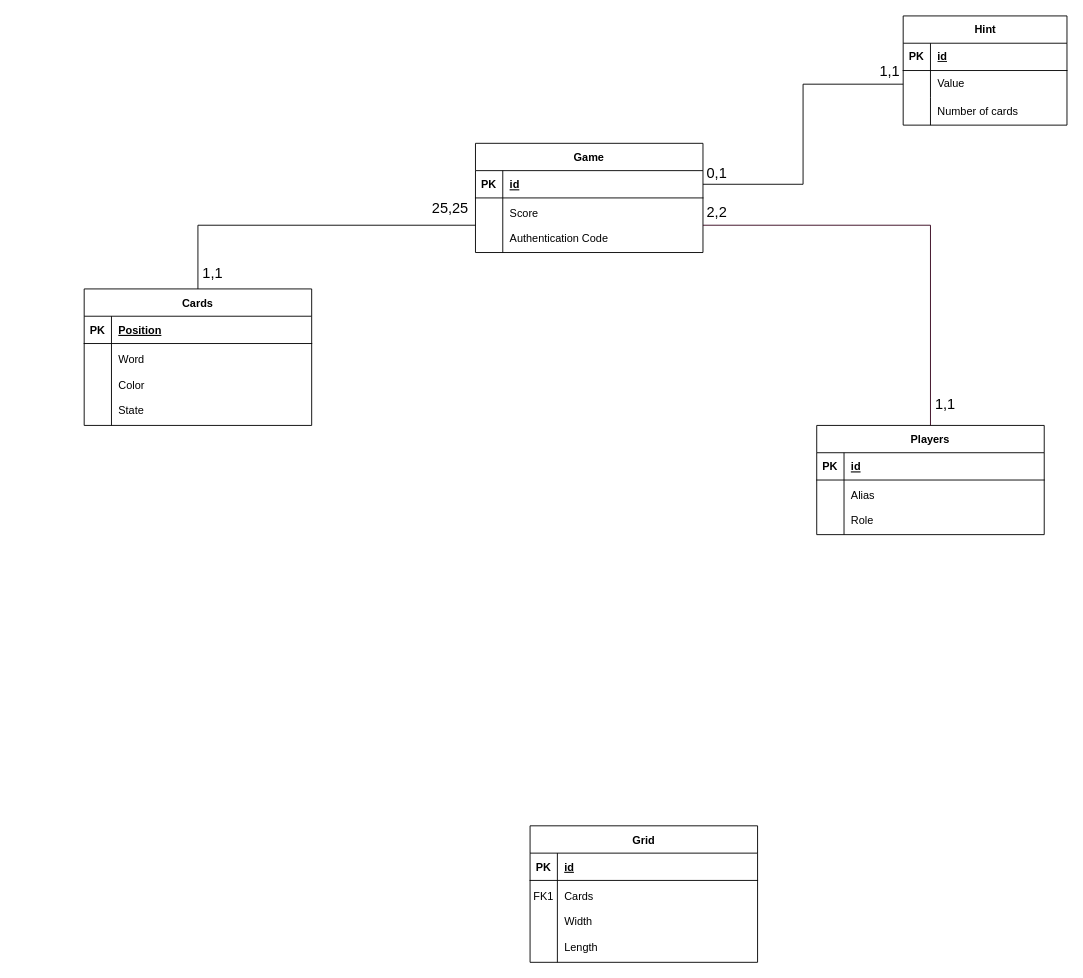
Above: Polynames_diagramme_database.drawio in Tom-D04/Polynames (draw.io), before the change. Source tidied: cells renumbered, new cells numbered last; positions are measured from the earlier drawing's top-left corner, leaving out a move shared by most shapes. Both pictures are drawn from the tidied source at 91%, with x=0, y=0 at pixel (84, 15).
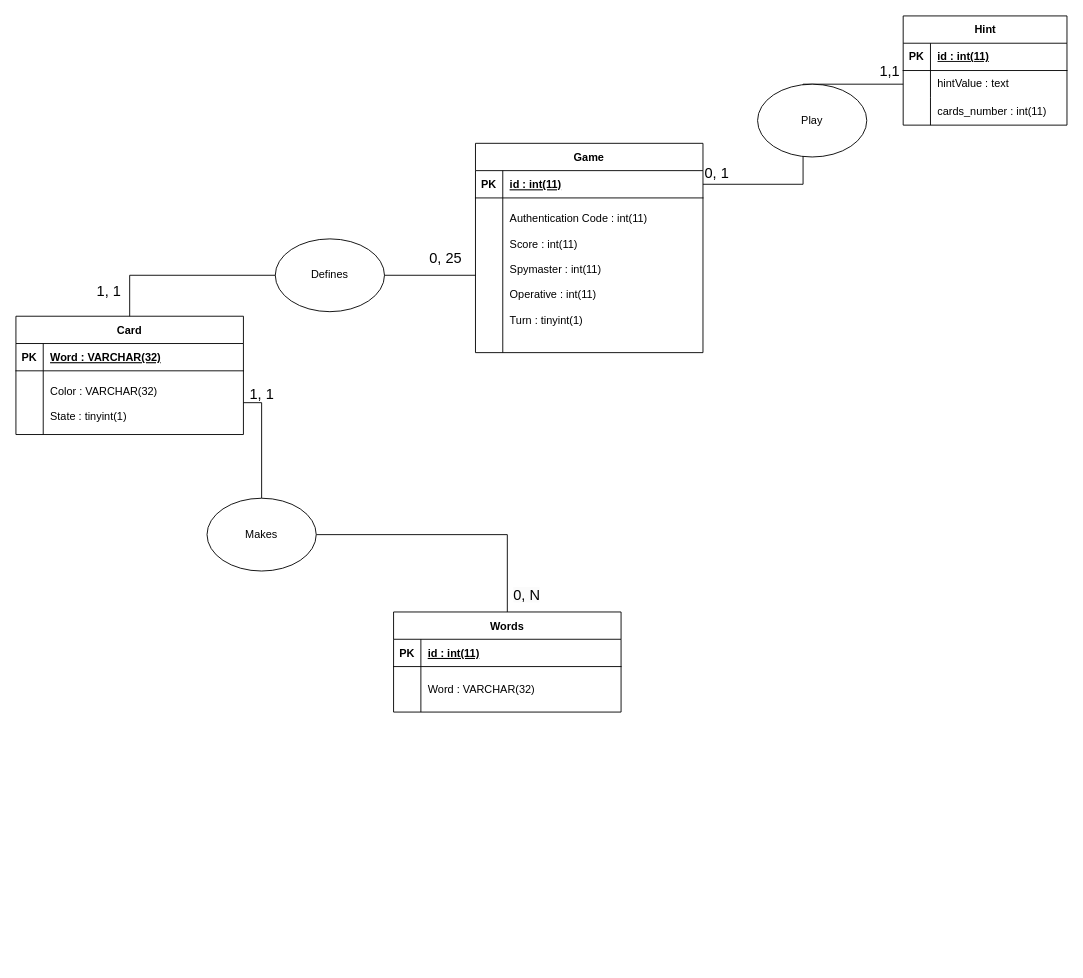
The same page after the edit.

Commit message:
Mettre à jour Polynames_diagramme_database.drawio

The change refers to these unchanged cells:
```xml
<mxCell id="17" style="shape=partialRectangle;fillColor=none;top=0;left=0;right=0;bottom=1;" parent="16" vertex="1">
  <mxGeometry y="30" width="250" height="30" as="geometry" />
</mxCell>
<mxCell id="24" style="shape=partialRectangle;fillColor=none;points=[[0,0.5],[1,0.5]];portConstraint=eastwest;top=0;left=0;right=0;bottom=1;" parent="23" vertex="1">
  <mxGeometry y="30" width="250" height="30" as="geometry" />
</mxCell>
<mxCell id="33" style="edgeStyle=orthogonalEdgeStyle;rounded=0;jettySize=auto;html=1;exitX=0;exitY=0.5;exitDx=0;exitDy=0;entryX=0.5;entryY=0;entryDx=0;entryDy=0;endArrow=none;endFill=0;" parent="1" edge="1" source="27" target="16">
  <mxGeometry relative="1" as="geometry" />
</mxCell>
<mxCell id="37" style="shape=tableRow;horizontal=0;startSize=0;swimlaneHead=0;swimlaneBody=0;fillColor=none;top=0;left=0;right=0;bottom=1;" parent="36" vertex="1">
  <mxGeometry y="30" width="180" height="30" as="geometry" />
</mxCell>
<mxCell id="40" style="shape=tableRow;horizontal=0;startSize=0;swimlaneHead=0;swimlaneBody=0;fillColor=none;points=[[0,0.5],[1,0.5]];portConstraint=eastwest;top=0;left=0;right=0;bottom=0;" parent="36" vertex="1">
  <mxGeometry y="60" width="180" height="30" as="geometry" />
</mxCell>
<mxCell id="43" style="shape=tableRow;horizontal=0;startSize=0;swimlaneHead=0;swimlaneBody=0;fillColor=none;top=0;left=0;right=0;bottom=0;" parent="36" vertex="1">
  <mxGeometry y="90" width="180" height="30" as="geometry" />
</mxCell>
```

The edit, as a diff of the source:
```diff
@@
-    <mxCell id="2" value="Players" style="shape=table;startSize=30;childLayout=tableLayout;rowLines=0;fontStyle=1;align=center;" parent="1" vertex="1">
-      <mxGeometry x="805" y="450" width="250" height="120" as="geometry" />
-    </mxCell>
-    <mxCell id="3" style="shape=partialRectangle;fillColor=none;top=0;left=0;right=0;bottom=1;" parent="2" vertex="1">
-      <mxGeometry y="30" width="250" height="30" as="geometry" />
-    </mxCell>
-    <mxCell id="4" value="PK" style="shape=partialRectangle;overflow=hidden;fillColor=none;top=0;left=0;bottom=0;right=0;fontStyle=1;" parent="3" vertex="1">
-      <mxGeometry width="30" height="30" as="geometry" />
-    </mxCell>
-    <mxCell id="5" value="id" style="shape=partialRectangle;overflow=hidden;fillColor=none;top=0;left=0;bottom=0;right=0;align=left;spacingLeft=6;fontStyle=5;" parent="3" vertex="1">
-      <mxGeometry x="30" width="220" height="30" as="geometry" />
-    </mxCell>
-    <mxCell id="6" style="shape=partialRectangle;fillColor=none;top=0;left=0;right=0;bottom=0;" parent="2" vertex="1">
-      <mxGeometry y="60" width="250" height="60" as="geometry" />
-    </mxCell>
-    <mxCell id="7" style="shape=partialRectangle;overflow=hidden;fillColor=none;top=0;left=0;bottom=0;right=0;" parent="6" vertex="1">
-      <mxGeometry width="30" height="60" as="geometry" />
-    </mxCell>
-    <mxCell id="8" value="Alias&#10;&#10;Role" style="shape=partialRectangle;overflow=hidden;fillColor=none;top=0;left=0;bottom=0;right=0;align=left;spacingLeft=6;" parent="6" vertex="1">
-      <mxGeometry x="30" width="220" height="60" as="geometry" />
-    </mxCell>
-    <mxCell id="9" value="Grid" style="shape=table;startSize=30;childLayout=tableLayout;rowLines=0;fontStyle=1;align=center;" parent="1" vertex="1">
-      <mxGeometry x="490" y="890" width="250" height="150" as="geometry" />
-    </mxCell>
-    <mxCell id="10" style="shape=partialRectangle;fillColor=none;top=0;left=0;right=0;bottom=1;" parent="9" vertex="1">
-      <mxGeometry y="30" width="250" height="30" as="geometry" />
-    </mxCell>
-    <mxCell id="11" value="PK" style="shape=partialRectangle;overflow=hidden;fillColor=none;top=0;left=0;bottom=0;right=0;fontStyle=1;" parent="10" vertex="1">
-      <mxGeometry width="30" height="30" as="geometry" />
-    </mxCell>
-    <mxCell id="12" value="id" style="shape=partialRectangle;overflow=hidden;fillColor=none;top=0;left=0;bottom=0;right=0;align=left;spacingLeft=6;fontStyle=5;" parent="10" vertex="1">
-      <mxGeometry x="30" width="220" height="30" as="geometry" />
-    </mxCell>
-    <mxCell id="13" style="shape=partialRectangle;fillColor=none;top=0;left=0;right=0;bottom=0;" parent="9" vertex="1">
-      <mxGeometry y="60" width="250" height="90" as="geometry" />
-    </mxCell>
-    <mxCell id="14" value="FK1&#10;&#10;&#10;&#10;" style="shape=partialRectangle;overflow=hidden;fillColor=none;top=0;left=0;bottom=0;right=0;" parent="13" vertex="1">
-      <mxGeometry width="30" height="90" as="geometry" />
-    </mxCell>
-    <mxCell id="15" value="Cards&#10;&#10;Width&#10;&#10;Length" style="shape=partialRectangle;overflow=hidden;fillColor=none;top=0;left=0;bottom=0;right=0;align=left;spacingLeft=6;" parent="13" vertex="1">
-      <mxGeometry x="30" width="220" height="90" as="geometry" />
-    </mxCell>
-    <mxCell id="16" value="Cards" style="shape=table;startSize=30;childLayout=tableLayout;rowLines=0;fontStyle=1;align=center;" parent="1" vertex="1">
-      <mxGeometry y="300" width="250" height="150" as="geometry" />
+    <mxCell id="16" value="Card" style="shape=table;startSize=30;childLayout=tableLayout;rowLines=0;fontStyle=1;align=center;" parent="1" vertex="1">
+      <mxGeometry x="-75" y="330" width="250" height="130" as="geometry" />
     </mxCell>
@@
-    <mxCell id="19" value="Position" style="shape=partialRectangle;overflow=hidden;fillColor=none;top=0;left=0;bottom=0;right=0;align=left;spacingLeft=6;fontStyle=5;" parent="17" vertex="1">
+    <mxCell id="19" value="Word : VARCHAR(32)" style="shape=partialRectangle;overflow=hidden;fillColor=none;top=0;left=0;bottom=0;right=0;align=left;spacingLeft=6;fontStyle=5;" parent="17" vertex="1">
       <mxGeometry x="30" width="220" height="30" as="geometry" />
     </mxCell>
     <mxCell id="20" style="shape=partialRectangle;fillColor=none;points=[[0,0.5],[1,0.5]];portConstraint=eastwest;top=0;left=0;right=0;bottom=0;" parent="16" vertex="1">
-      <mxGeometry y="60" width="250" height="90" as="geometry" />
+      <mxGeometry y="60" width="250" height="70" as="geometry" />
     </mxCell>
     <mxCell id="21" style="shape=partialRectangle;overflow=hidden;fillColor=none;top=0;left=0;bottom=0;right=0;" parent="20" vertex="1">
-      <mxGeometry width="30" height="90" as="geometry" />
+      <mxGeometry width="30" height="70" as="geometry" />
     </mxCell>
-    <mxCell id="22" value="Word&#10;&#10;Color&#10;&#10;State" style="shape=partialRectangle;overflow=hidden;fillColor=none;top=0;left=0;bottom=0;right=0;align=left;spacingLeft=6;" parent="20" vertex="1">
-      <mxGeometry x="30" width="220" height="90" as="geometry" />
+    <mxCell id="22" value="&#10;Color : VARCHAR(32)&#10;&#10;State : tinyint(1)&#10;" style="shape=partialRectangle;overflow=hidden;fillColor=none;top=0;left=0;bottom=0;right=0;align=left;spacingLeft=6;" parent="20" vertex="1">
+      <mxGeometry x="30" width="220" height="70" as="geometry" />
     </mxCell>
     <mxCell id="23" value="Game" style="shape=table;startSize=30;childLayout=tableLayout;rowLines=0;fontStyle=1;align=center;" parent="1" vertex="1">
-      <mxGeometry x="430" y="140" width="250" height="120" as="geometry" />
+      <mxGeometry x="430" y="140" width="250" height="230" as="geometry" />
     </mxCell>
@@
-    <mxCell id="26" value="id" style="shape=partialRectangle;overflow=hidden;fillColor=none;top=0;left=0;bottom=0;right=0;align=left;spacingLeft=6;fontStyle=5;" parent="24" vertex="1">
+    <mxCell id="26" value="id : int(11)" style="shape=partialRectangle;overflow=hidden;fillColor=none;top=0;left=0;bottom=0;right=0;align=left;spacingLeft=6;fontStyle=5;" parent="24" vertex="1">
       <mxGeometry x="30" width="220" height="30" as="geometry" />
     </mxCell>
     <mxCell id="27" style="shape=partialRectangle;fillColor=none;points=[[0,0.5],[1,0.5]];portConstraint=eastwest;top=0;left=0;right=0;bottom=0;" parent="23" vertex="1">
-      <mxGeometry y="60" width="250" height="60" as="geometry" />
+      <mxGeometry y="60" width="250" height="170" as="geometry" />
     </mxCell>
     <mxCell id="28" style="shape=partialRectangle;overflow=hidden;fillColor=none;top=0;left=0;bottom=0;right=0;" parent="27" vertex="1">
-      <mxGeometry width="30" height="60" as="geometry" />
+      <mxGeometry width="30" height="170" as="geometry" />
     </mxCell>
-    <mxCell id="29" value="Score&#10;&#10;Authentication Code" style="shape=partialRectangle;overflow=hidden;fillColor=none;top=0;left=0;bottom=0;right=0;align=left;spacingLeft=6;" parent="27" vertex="1">
-      <mxGeometry x="30" width="220" height="60" as="geometry" />
+    <mxCell id="29" value="&#10;Authentication Code : int(11)&#10;&#10;Score : int(11)&#10;&#10;Spymaster : int(11)&#10;&#10;Operative : int(11)&#10;&#10;Turn : tinyint(1)&#10;&#10;&#10;&#10;" style="shape=partialRectangle;overflow=hidden;fillColor=none;top=0;left=0;bottom=0;right=0;align=left;spacingLeft=6;" parent="27" vertex="1">
+      <mxGeometry x="30" width="220" height="170" as="geometry" />
     </mxCell>
-    <mxCell id="30" style="edgeStyle=orthogonalEdgeStyle;rounded=0;jettySize=auto;html=1;exitX=1;exitY=0.5;exitDx=0;exitDy=0;strokeColor=#33001A;endArrow=none;endFill=0;fillColor=#a20025;elbow=vertical;" parent="1" edge="1" source="27" target="2">
-      <mxGeometry relative="1" as="geometry" />
-    </mxCell>
-    <mxCell id="31" value="1,1" style="edgeLabel;html=1;align=center;verticalAlign=middle;fontSize=16;" parent="30" vertex="1">
-      <mxGeometry x="0.88" relative="1" as="geometry">
-        <mxPoint x="15" y="3" as="offset" />
-      </mxGeometry>
-    </mxCell>
-    <mxCell id="32" value="&lt;font style=&quot;font-size: 16px;&quot;&gt;2,2&lt;/font&gt;" style="text;html=1;align=center;verticalAlign=middle;strokeColor=none;fillColor=none;" parent="1" vertex="1">
-      <mxGeometry x="670" y="200" width="50" height="30" as="geometry" />
-    </mxCell>
@@
-    <mxCell id="34" value="1,1" style="edgeLabel;html=1;align=center;verticalAlign=middle;fontSize=16;" parent="33" vertex="1">
+    <mxCell id="34" value="1, 1" style="edgeLabel;html=1;align=center;verticalAlign=middle;fontSize=16;" parent="33" vertex="1">
       <mxGeometry x="0.83" relative="1" as="geometry">
-        <mxPoint x="15" y="13" as="offset" />
+        <mxPoint x="-24" y="7" as="offset" />
       </mxGeometry>
     </mxCell>
-    <mxCell id="35" value="&lt;font style=&quot;font-size: 16px;&quot;&gt;25,25&lt;/font&gt;" style="edgeLabel;html=1;align=center;verticalAlign=middle;" parent="33" vertex="1">
+    <mxCell id="35" value="&lt;font style=&quot;font-size: 16px;&quot;&gt;0, 25&lt;/font&gt;" style="edgeLabel;html=1;align=center;verticalAlign=middle;" parent="33" vertex="1">
       <mxGeometry x="-0.76" relative="1" as="geometry">
-        <mxPoint x="16" y="-20" as="offset" />
+        <mxPoint x="17" y="-20" as="offset" />
       </mxGeometry>
     </mxCell>
@@
-    <mxCell id="39" value="id" style="shape=partialRectangle;fillColor=none;top=0;left=0;bottom=0;right=0;align=left;spacingLeft=6;fontStyle=5;overflow=hidden;whiteSpace=wrap;html=1;" parent="37" vertex="1">
+    <mxCell id="39" value="id : int(11)" style="shape=partialRectangle;fillColor=none;top=0;left=0;bottom=0;right=0;align=left;spacingLeft=6;fontStyle=5;overflow=hidden;whiteSpace=wrap;html=1;" parent="37" vertex="1">
       <mxGeometry x="30" width="150" height="30" as="geometry" />
     </mxCell>
@@
-    <mxCell id="42" value="Value" style="shape=partialRectangle;fillColor=none;top=0;left=0;bottom=0;right=0;align=left;spacingLeft=6;overflow=hidden;whiteSpace=wrap;html=1;" parent="40" vertex="1">
+    <mxCell id="42" value="hintValue : text" style="shape=partialRectangle;fillColor=none;top=0;left=0;bottom=0;right=0;align=left;spacingLeft=6;overflow=hidden;whiteSpace=wrap;html=1;" parent="40" vertex="1">
       <mxGeometry x="30" width="150" height="30" as="geometry" />
     </mxCell>
@@
-    <mxCell id="45" value="Number of cards" style="shape=partialRectangle;fillColor=none;top=0;left=0;bottom=0;right=0;align=left;spacingLeft=6;overflow=hidden;whiteSpace=wrap;html=1;" parent="43" vertex="1">
+    <mxCell id="45" value="cards_number : int(11)" style="shape=partialRectangle;fillColor=none;top=0;left=0;bottom=0;right=0;align=left;spacingLeft=6;overflow=hidden;whiteSpace=wrap;html=1;" parent="43" vertex="1">
       <mxGeometry x="30" width="150" height="30" as="geometry" />
     </mxCell>
@@
-    <mxCell id="47" value="&lt;span style=&quot;font-size: 16px;&quot;&gt;0,1&lt;/span&gt;" style="text;html=1;align=center;verticalAlign=middle;strokeColor=none;fillColor=none;" parent="1" vertex="1">
+    <mxCell id="47" value="&lt;span style=&quot;font-size: 16px;&quot;&gt;0, 1&lt;/span&gt;" style="text;html=1;align=center;verticalAlign=middle;strokeColor=none;fillColor=none;" parent="1" vertex="1">
       <mxGeometry x="670" y="158" width="50" height="30" as="geometry" />
     </mxCell>
@@
+    <mxCell id="49" style="edgeStyle=orthogonalEdgeStyle;rounded=0;jettySize=auto;html=1;exitX=0.5;exitY=0;exitDx=0;exitDy=0;entryX=1;entryY=0.5;entryDx=0;entryDy=0;endArrow=none;endFill=0;" parent="1" edge="1" source="59" target="20">
+      <mxGeometry relative="1" as="geometry" />
+    </mxCell>
+    <mxCell id="50" value="Words" style="shape=table;startSize=30;childLayout=tableLayout;rowLines=0;fontStyle=1;align=center;" parent="1" vertex="1">
+      <mxGeometry x="340" y="655" width="250" height="110" as="geometry" />
+    </mxCell>
+    <mxCell id="51" style="shape=partialRectangle;fillColor=none;top=0;left=0;right=0;bottom=1;" parent="50" vertex="1">
+      <mxGeometry y="30" width="250" height="30" as="geometry" />
+    </mxCell>
+    <mxCell id="52" value="PK" style="shape=partialRectangle;overflow=hidden;fillColor=none;top=0;left=0;bottom=0;right=0;fontStyle=1;" parent="51" vertex="1">
+      <mxGeometry width="30" height="30" as="geometry" />
+    </mxCell>
+    <mxCell id="53" value="id : int(11)" style="shape=partialRectangle;overflow=hidden;fillColor=none;top=0;left=0;bottom=0;right=0;align=left;spacingLeft=6;fontStyle=5;" parent="51" vertex="1">
+      <mxGeometry x="30" width="220" height="30" as="geometry" />
+    </mxCell>
+    <mxCell id="54" style="shape=partialRectangle;fillColor=none;top=0;left=0;right=0;bottom=0;" parent="50" vertex="1">
+      <mxGeometry y="60" width="250" height="50" as="geometry" />
+    </mxCell>
+    <mxCell id="55" style="shape=partialRectangle;overflow=hidden;fillColor=none;top=0;left=0;bottom=0;right=0;" parent="54" vertex="1">
+      <mxGeometry width="30" height="50" as="geometry" />
+    </mxCell>
+    <mxCell id="56" value="Word : VARCHAR(32)" style="shape=partialRectangle;overflow=hidden;fillColor=none;top=0;left=0;bottom=0;right=0;align=left;spacingLeft=6;" parent="54" vertex="1">
+      <mxGeometry x="30" width="220" height="50" as="geometry" />
+    </mxCell>
+    <mxCell id="57" value="Defines" style="ellipse;whiteSpace=wrap;html=1;" parent="1" vertex="1">
+      <mxGeometry x="210" y="245" width="120" height="80" as="geometry" />
+    </mxCell>
+    <mxCell id="58" style="edgeStyle=orthogonalEdgeStyle;rounded=0;jettySize=auto;html=1;exitX=0.5;exitY=0;exitDx=0;exitDy=0;entryX=1;entryY=0.5;entryDx=0;entryDy=0;endArrow=none;endFill=0;" parent="1" edge="1" source="50" target="59">
+      <mxGeometry relative="1" as="geometry" />
+    </mxCell>
+    <mxCell id="59" value="Makes" style="ellipse;whiteSpace=wrap;html=1;" parent="1" vertex="1">
+      <mxGeometry x="135" y="530" width="120" height="80" as="geometry" />
+    </mxCell>
+    <mxCell id="60" value="Play" style="ellipse;whiteSpace=wrap;html=1;" parent="1" vertex="1">
+      <mxGeometry x="740" y="75" width="120" height="80" as="geometry" />
+    </mxCell>
+    <mxCell id="61" value="&lt;font style=&quot;font-size: 16px;&quot;&gt;1, 1&lt;/font&gt;" style="text;html=1;align=center;verticalAlign=middle;strokeColor=none;fillColor=none;" parent="1" vertex="1">
+      <mxGeometry x="170" y="400" width="50" height="30" as="geometry" />
+    </mxCell>
+    <mxCell id="62" value="&lt;span style=&quot;color: rgb(0, 0, 0); font-family: Helvetica; font-size: 16px; font-style: normal; font-variant-ligatures: normal; font-variant-caps: normal; font-weight: 400; letter-spacing: normal; orphans: 2; text-align: center; text-indent: 0px; text-transform: none; widows: 2; word-spacing: 0px; -webkit-text-stroke-width: 0px; white-space: nowrap; background-color: rgb(251, 251, 251); text-decoration-thickness: initial; text-decoration-style: initial; text-decoration-color: initial; display: inline !important; float: none;&quot;&gt;0, N&lt;/span&gt;" style="text;whiteSpace=wrap;html=1;" parent="1" vertex="1">
+      <mxGeometry x="470" y="620" width="60" height="40" as="geometry" />
+    </mxCell>
```
